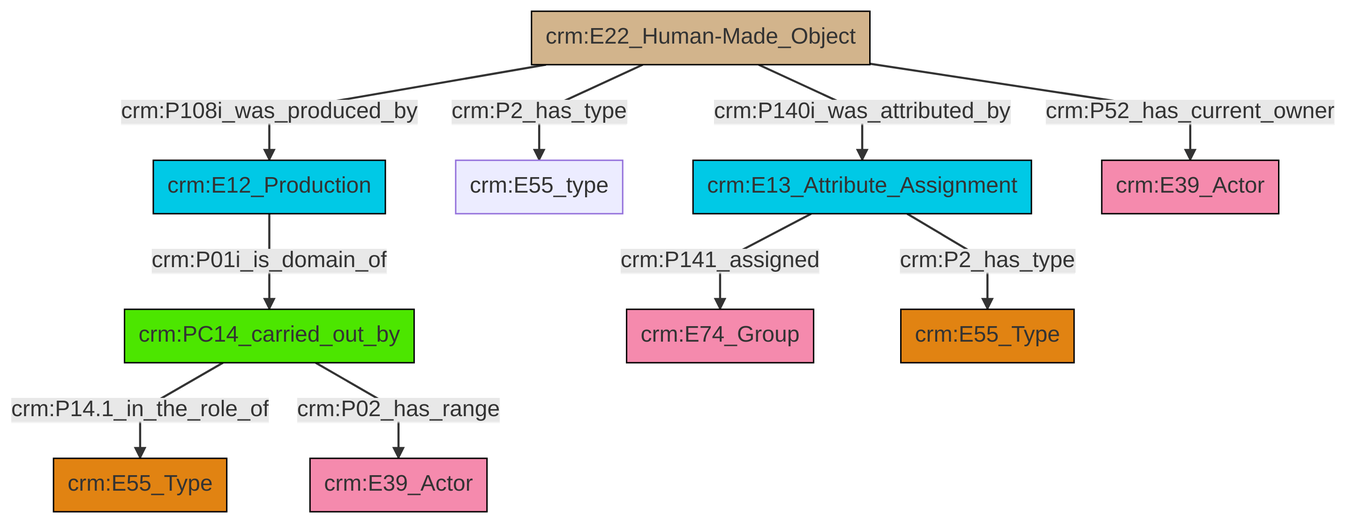
The Mermaid diagram et/builtWorkCSV/ttl/mmd/png/Built_Work_actor_relations.png in swiss-art-research-net/reference-data-models, before a commit. Its source is kept beside it as et/builtWorkCSV/ttl/mmd/Built_Work_actor_relations.ttl.mmd.
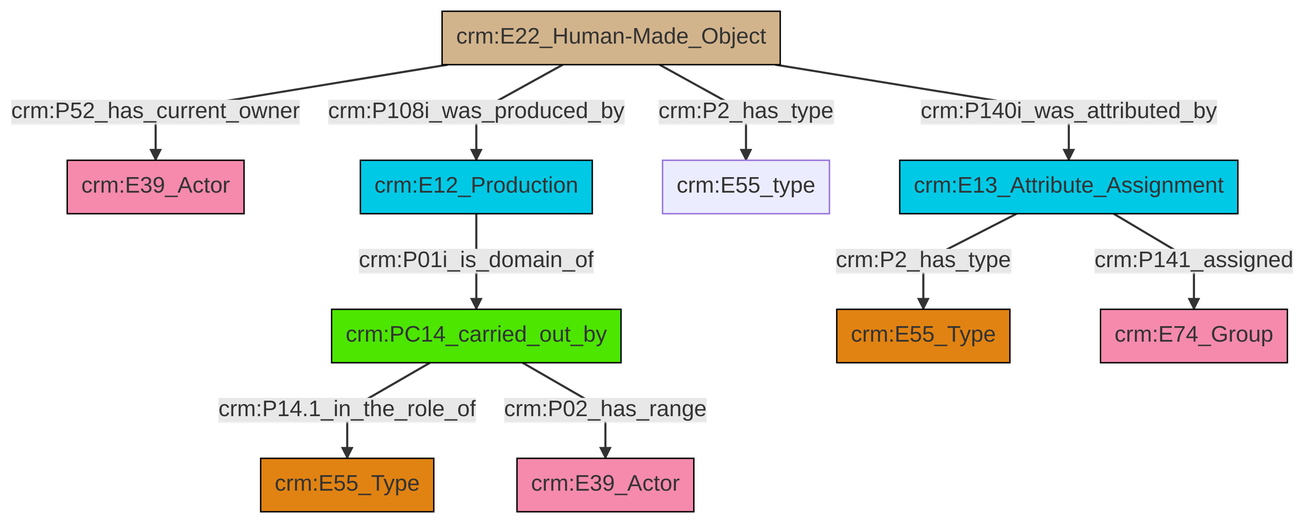
After the change.

What changed in the source:
```diff
@@ -13,12 +13,12 @@
 classDef PC_Classes fill:#4ce600, stroke:#000000;
 classDef Multi fill:#cccccc,stroke:#000000;
 
-0["crm:E22_Human-Made_Object"]:::Physical_Thing -->|crm:P108i_was_produced_by| 1["crm:E12_Production"]:::Temporal_Entity
-4["crm:E13_Attribute_Assignment"]:::Temporal_Entity -->|crm:P141_assigned| 5["crm:E74_Group"]:::Actor
-6["crm:PC14_carried_out_by"]:::PC_Classes -->|crm:P14.1_in_the_role_of| 7["crm:E55_Type"]:::Type
-0["crm:E22_Human-Made_Object"]:::Physical_Thing -->|crm:P2_has_type| 10["crm:E55_type"]:::Default
-1["crm:E12_Production"]:::Temporal_Entity -->|crm:P01i_is_domain_of| 6["crm:PC14_carried_out_by"]:::PC_Classes
-4["crm:E13_Attribute_Assignment"]:::Temporal_Entity -->|crm:P2_has_type| 8["crm:E55_Type"]:::Type
-0["crm:E22_Human-Made_Object"]:::Physical_Thing -->|crm:P140i_was_attributed_by| 4["crm:E13_Attribute_Assignment"]:::Temporal_Entity
-0["crm:E22_Human-Made_Object"]:::Physical_Thing -->|crm:P52_has_current_owner| 2["crm:E39_Actor"]:::Actor
-6["crm:PC14_carried_out_by"]:::PC_Classes -->|crm:P02_has_range| 12["crm:E39_Actor"]:::Actor
+4["crm:E22_Human-Made_Object"]:::Physical_Thing -->|crm:P140i_was_attributed_by| 5["crm:E13_Attribute_Assignment"]:::Temporal_Entity
+5["crm:E13_Attribute_Assignment"]:::Temporal_Entity -->|crm:P141_assigned| 10["crm:E74_Group"]:::Actor
+4["crm:E22_Human-Made_Object"]:::Physical_Thing -->|crm:P2_has_type| 8["crm:E55_type"]:::Default
+11["crm:E12_Production"]:::Temporal_Entity -->|crm:P01i_is_domain_of| 2["crm:PC14_carried_out_by"]:::PC_Classes
+4["crm:E22_Human-Made_Object"]:::Physical_Thing -->|crm:P52_has_current_owner| 0["crm:E39_Actor"]:::Actor
+5["crm:E13_Attribute_Assignment"]:::Temporal_Entity -->|crm:P2_has_type| 6["crm:E55_Type"]:::Type
+2["crm:PC14_carried_out_by"]:::PC_Classes -->|crm:P14.1_in_the_role_of| 14["crm:E55_Type"]:::Type
+4["crm:E22_Human-Made_Object"]:::Physical_Thing -->|crm:P108i_was_produced_by| 11["crm:E12_Production"]:::Temporal_Entity
+2["crm:PC14_carried_out_by"]:::PC_Classes -->|crm:P02_has_range| 17["crm:E39_Actor"]:::Actor
```
